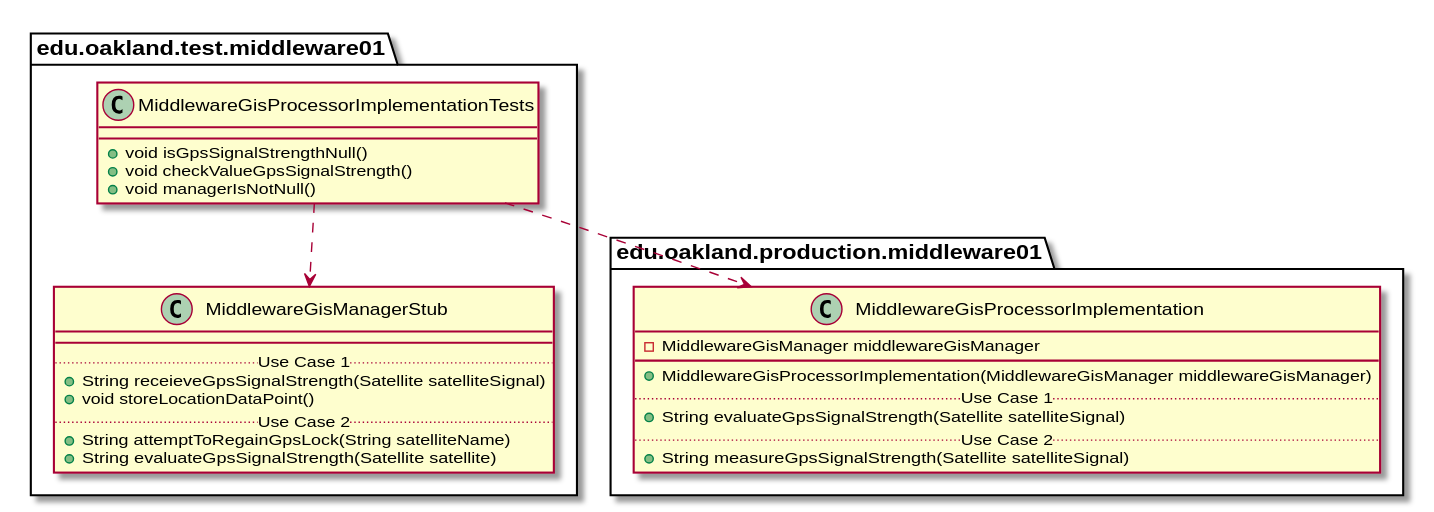
This is docs/uml-class-diagrams/middleware01/test/MiddlewareGisProcessorImplementationTests/MiddlewareGisProcessorImplementationTests_DirectDependencies.svg from andrewdimmer/csi-3370-software-project, a PlantUML export, as it was before one commit. The source it was exported from:
```plantuml
@startuml MiddlewareGisProcessorImplementationTests_DirectDependencies


package edu.oakland.test.middleware01 {
  class MiddlewareGisProcessorImplementationTests {
    + void isGpsSignalStrengthNull()
    + void checkValueGpsSignalStrength()
    + void managerIsNotNull()
  }
}



package edu.oakland.test.middleware01 {
    class MiddlewareGisManagerStub {
        __
        .. Use Case 1 ..
        + String receieveGpsSignalStrength(Satellite satelliteSignal)
        + void storeLocationDataPoint()
        .. Use Case 2 ..
        + String attemptToRegainGpsLock(String satelliteName)
        + String evaluateGpsSignalStrength(Satellite satellite)
    }
}

MiddlewareGisProcessorImplementationTests ..> MiddlewareGisManagerStub


package edu.oakland.production.middleware01 {
    class MiddlewareGisProcessorImplementation {
        - MiddlewareGisManager middlewareGisManager
        __
        + MiddlewareGisProcessorImplementation(MiddlewareGisManager middlewareGisManager)
        .. Use Case 1 ..
        + String evaluateGpsSignalStrength(Satellite satelliteSignal)
        .. Use Case 2 ..
        + String measureGpsSignalStrength(Satellite satelliteSignal)
    }
}

MiddlewareGisProcessorImplementationTests ..> MiddlewareGisProcessorImplementation



@enduml
```
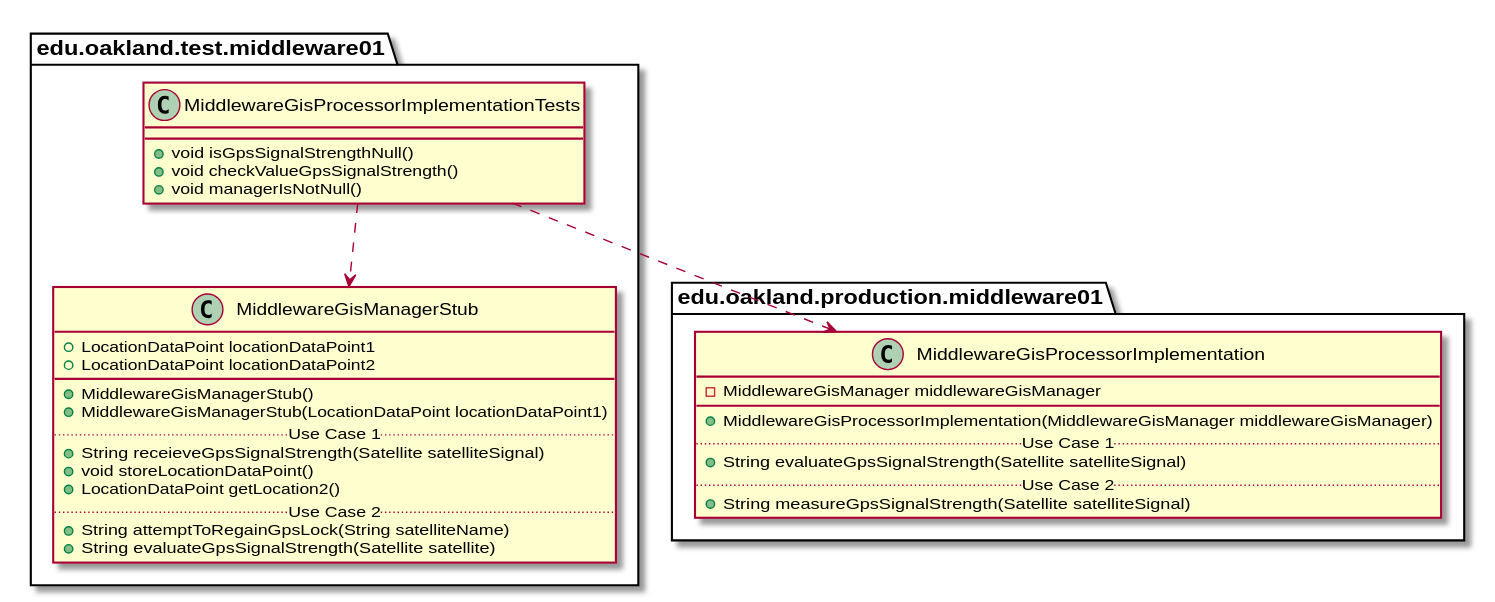
After the commit.

What changed in the source:
```diff
@@ -13,10 +13,15 @@
 
 package edu.oakland.test.middleware01 {
     class MiddlewareGisManagerStub {
+        + LocationDataPoint locationDataPoint1
+        + LocationDataPoint locationDataPoint2
         __
+        + MiddlewareGisManagerStub()
+        + MiddlewareGisManagerStub(LocationDataPoint locationDataPoint1)
         .. Use Case 1 ..
         + String receieveGpsSignalStrength(Satellite satelliteSignal)
         + void storeLocationDataPoint()
+        + LocationDataPoint getLocation2()
         .. Use Case 2 ..
         + String attemptToRegainGpsLock(String satelliteName)
         + String evaluateGpsSignalStrength(Satellite satellite)
```
